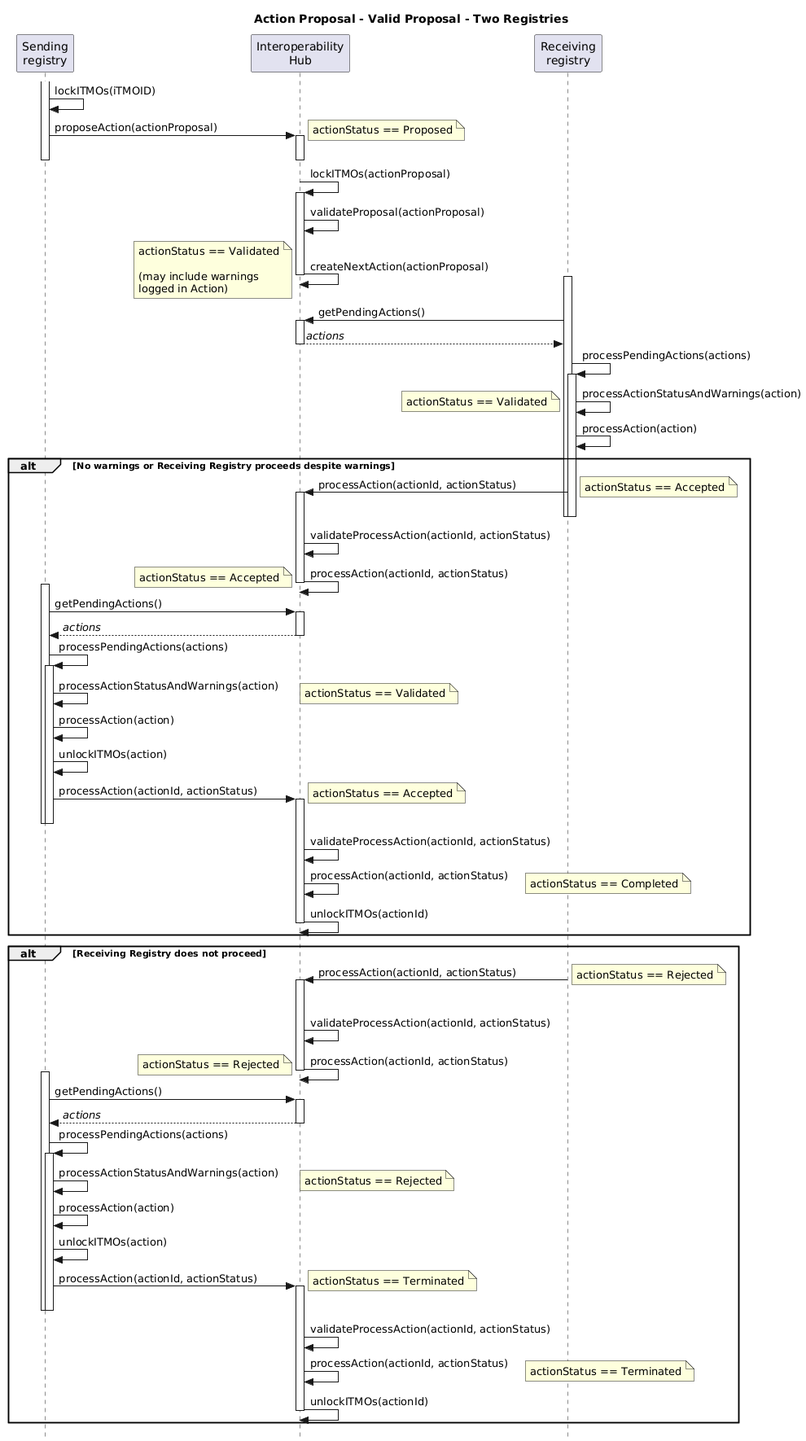
frankcnng/CARP keeps this PlantUML diagram as diagrams/actionProposal_Valid_TwoReg_Sequence.png. Above is the earlier version.
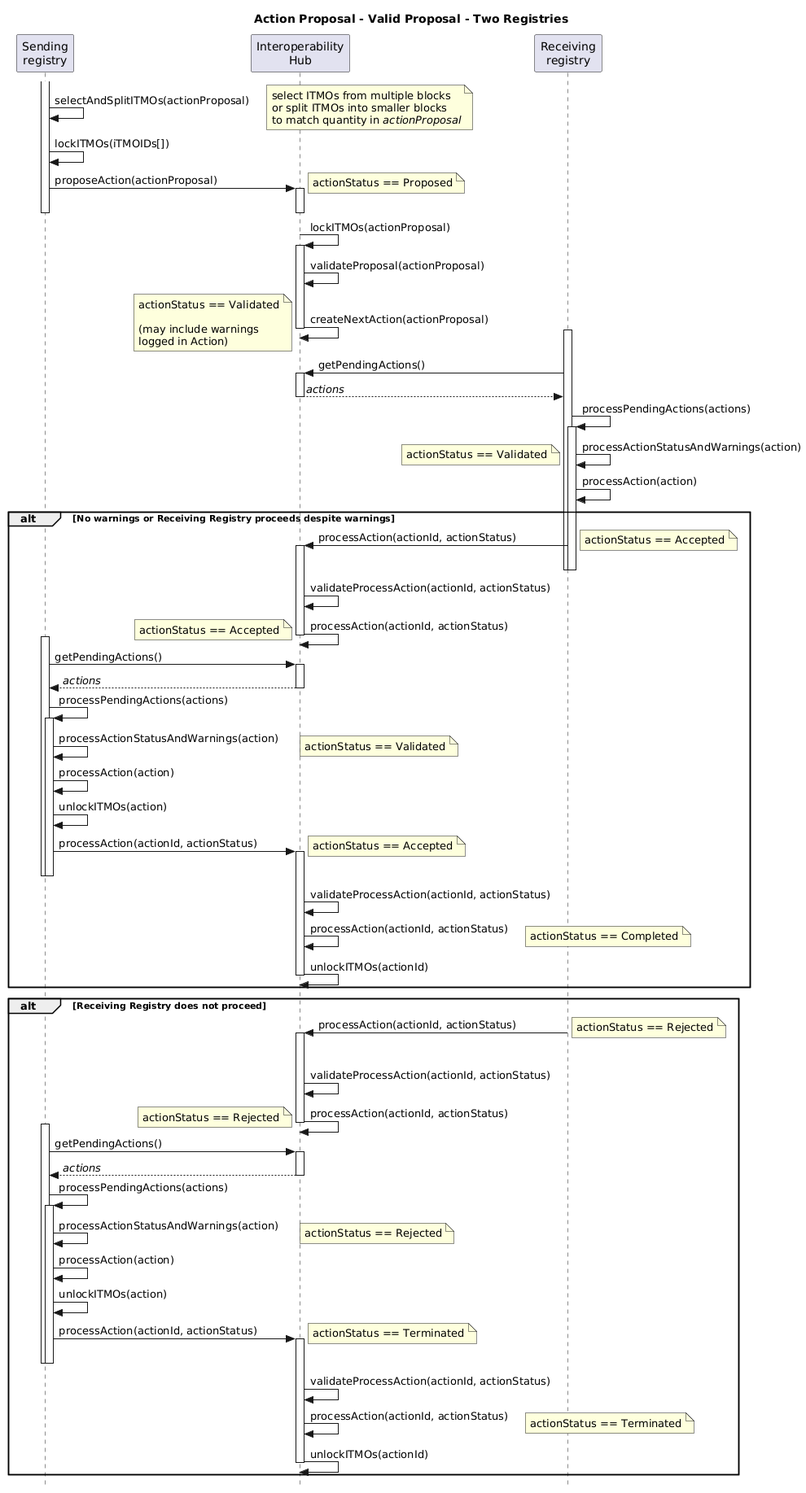
Later version of the same file.

The edit, as a diff of the source:
```diff
@@ -9,7 +9,10 @@
 participant "Receiving\nregistry" as Receiver
 
 activate Sender
-Sender -> Sender: lockITMOs(iTMOID)
+Sender -> Sender: selectAndSplitITMOs(actionProposal)
+note right: select ITMOs from multiple blocks\nor split ITMOs into smaller blocks\nto match quantity in //actionProposal//
+
+Sender -> Sender: lockITMOs(iTMOIDs[])
 Sender -> Hub++ : proposeAction(actionProposal)
 note right: actionStatus == Proposed
 deactivate Hub
```
